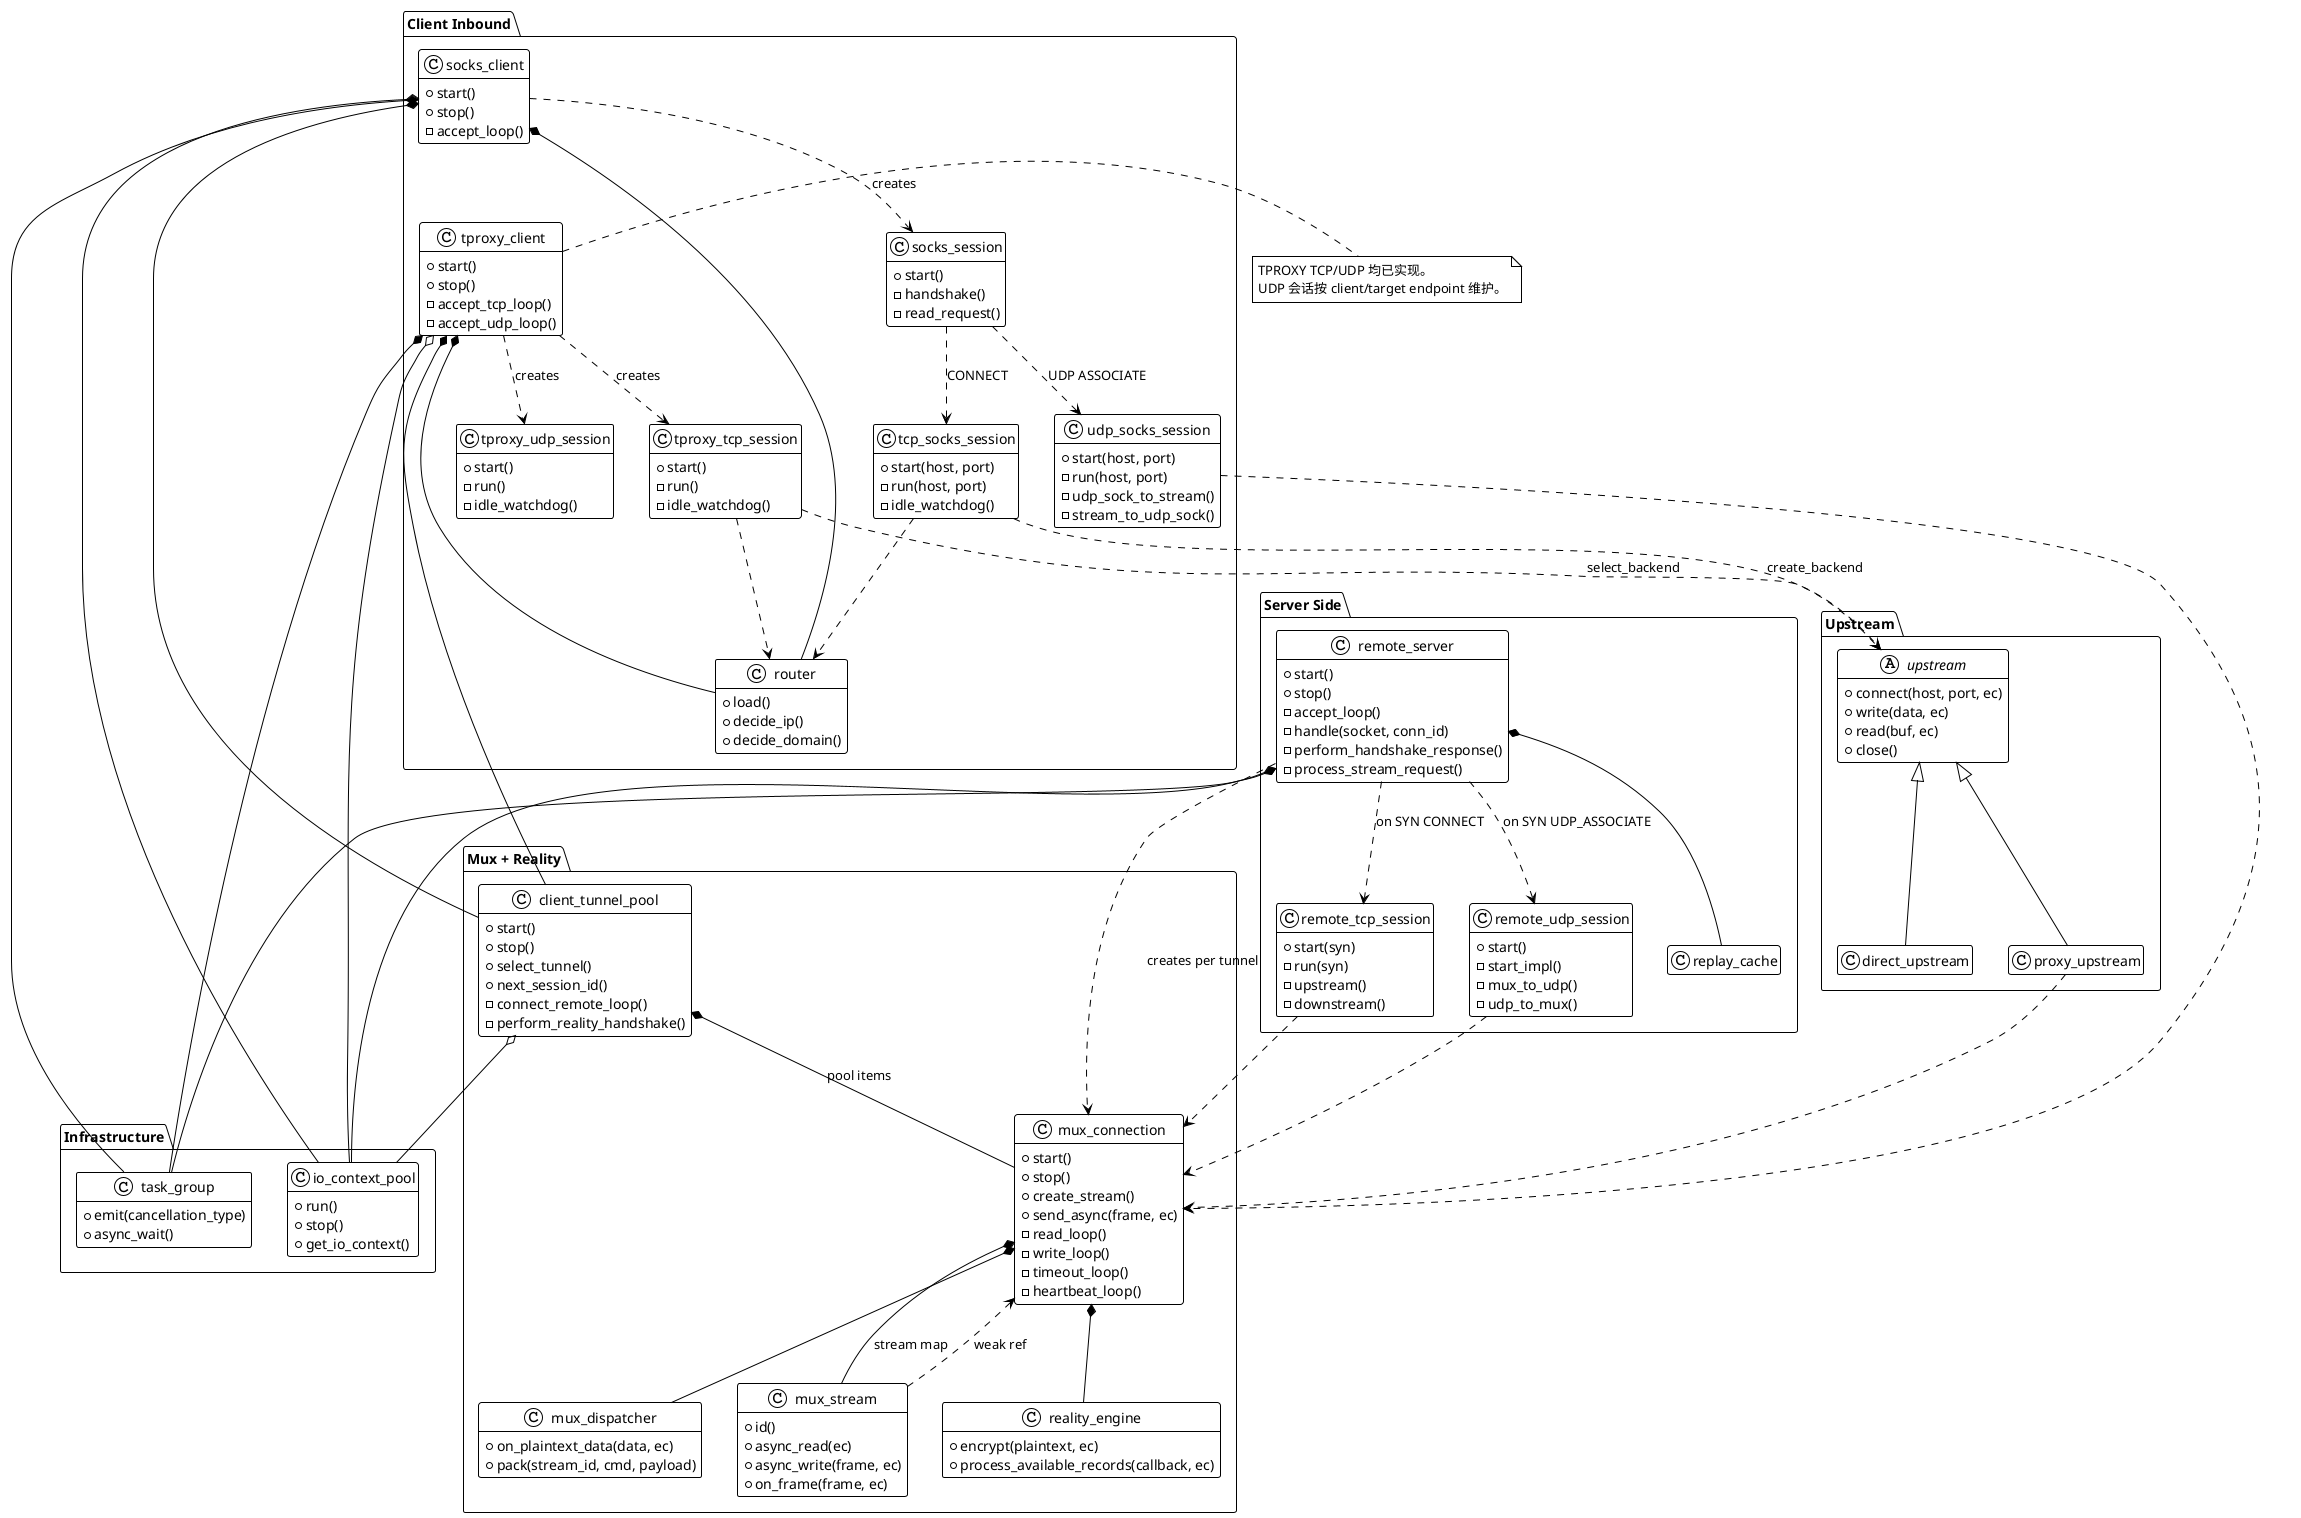
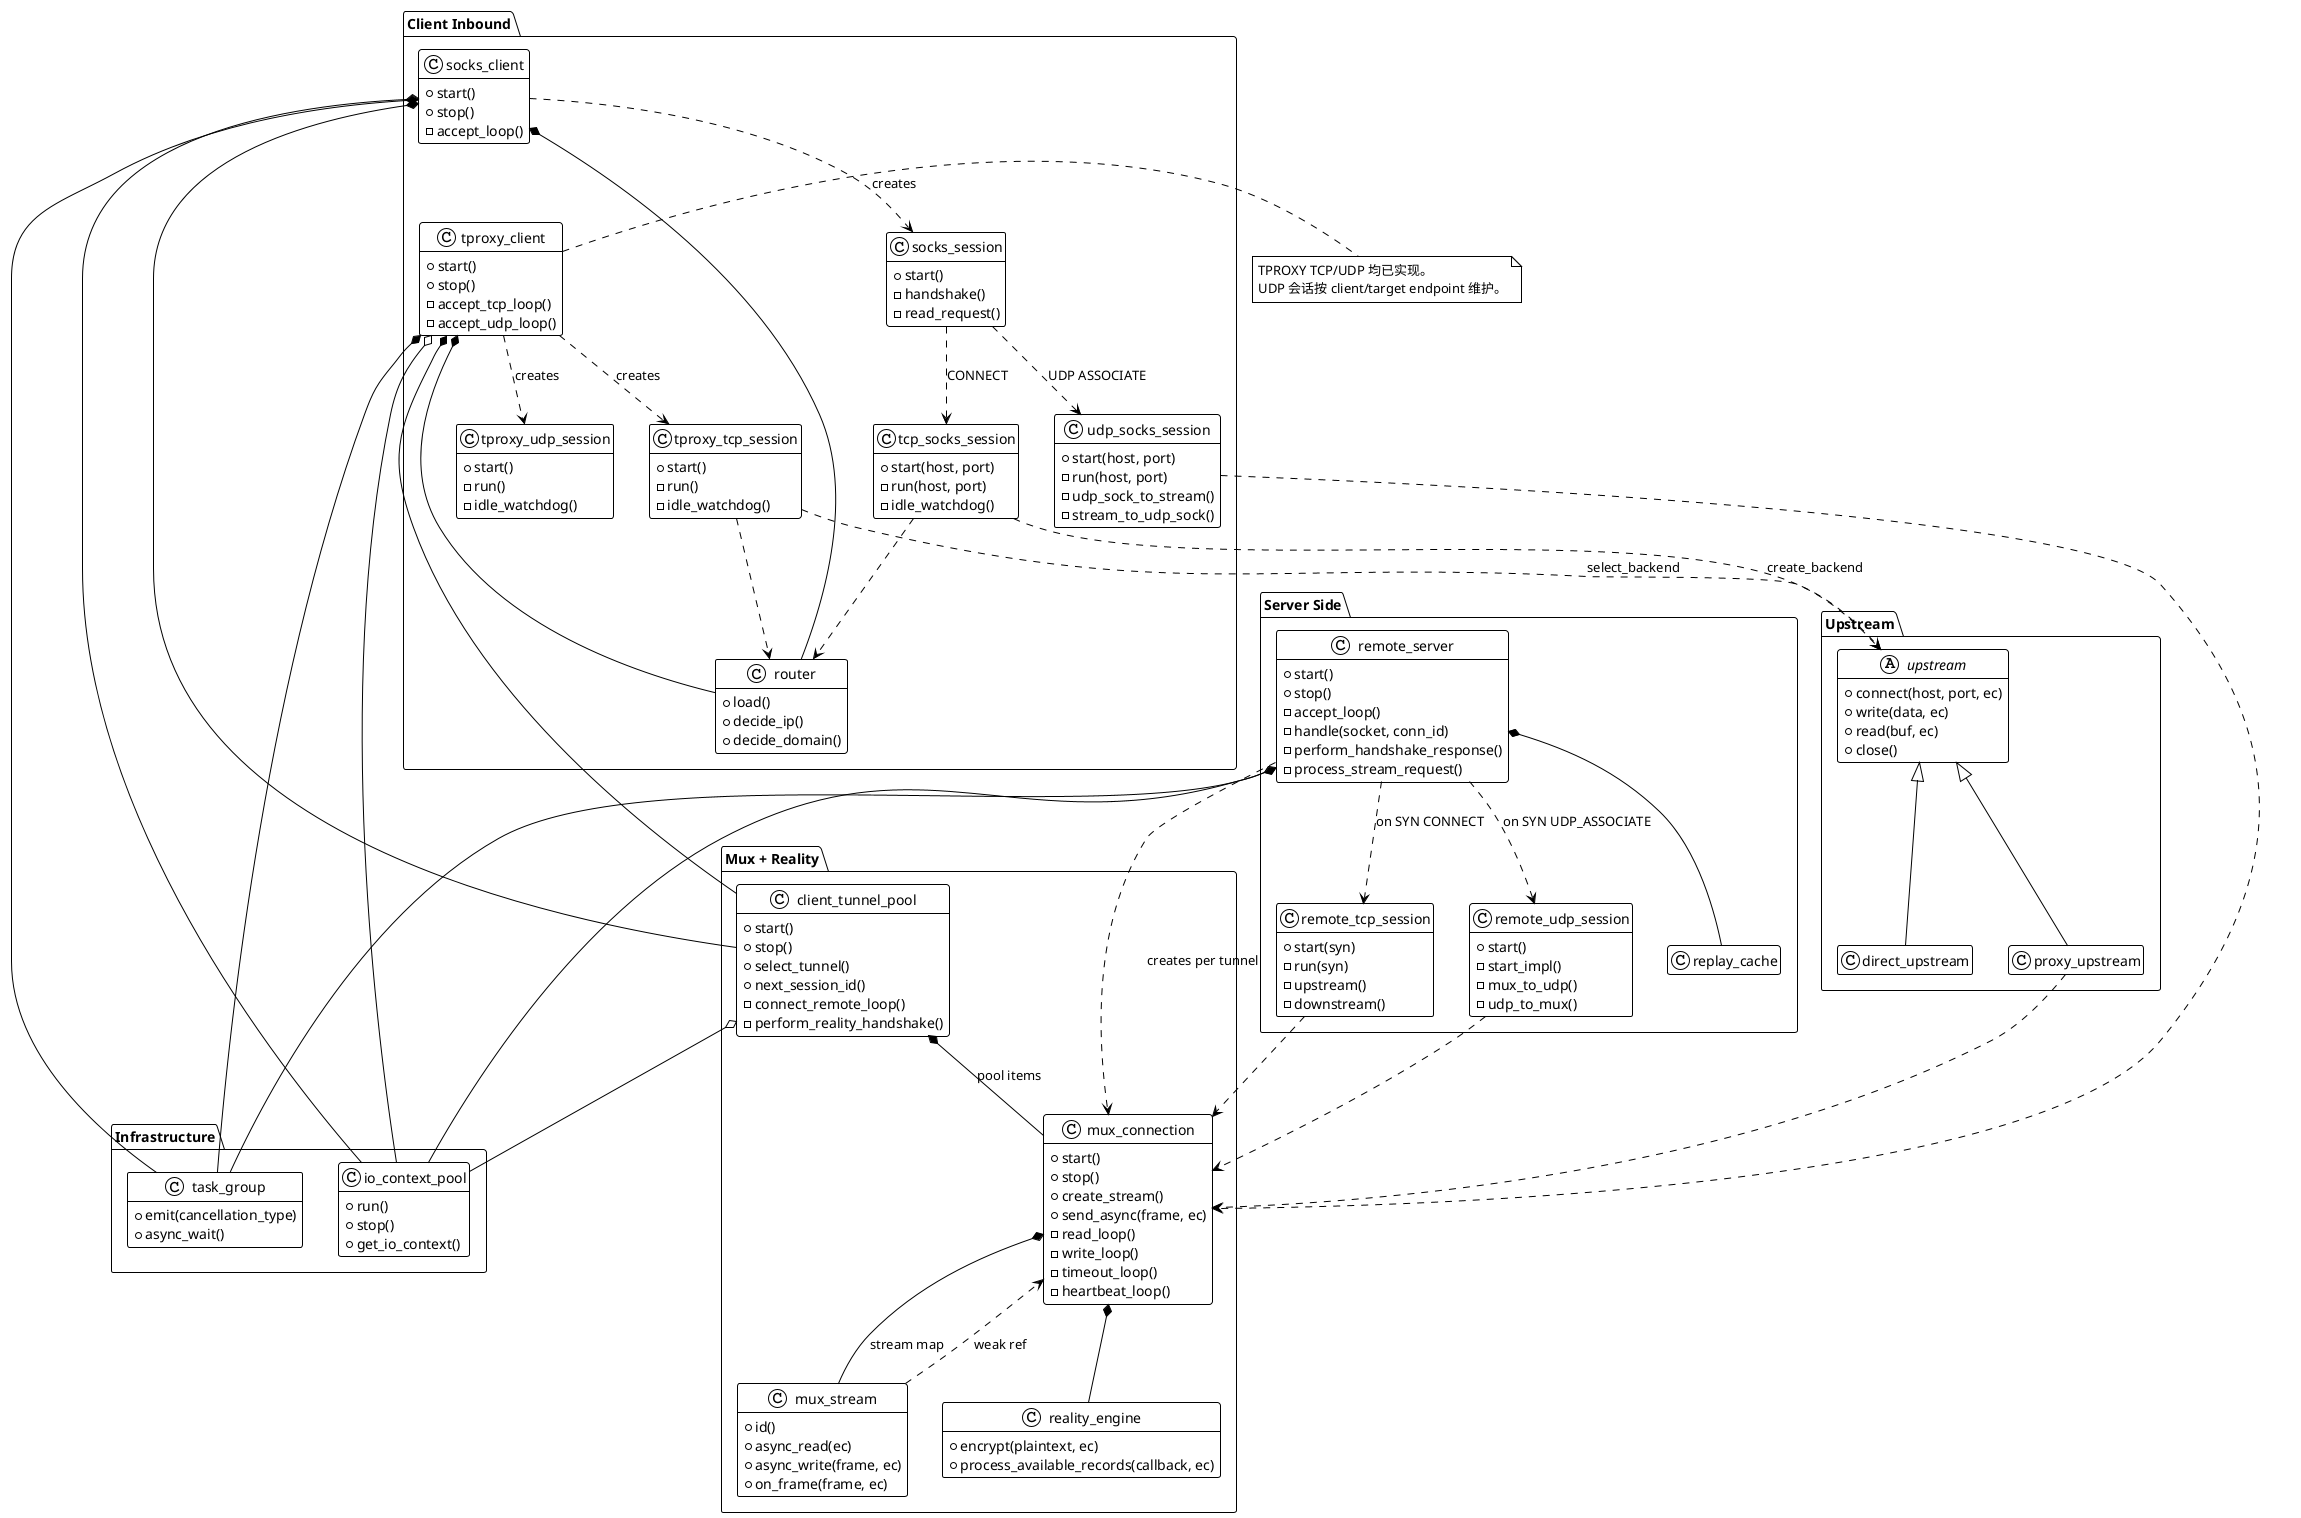
@startuml
!theme plain
hide empty members

package "Infrastructure" {
    class io_context_pool {
        + run()
        + stop()
        + get_io_context()
    }

    class task_group {
        + emit(cancellation_type)
        + async_wait()
    }

}

package "Client Inbound" {
    class socks_client {
        + start()
        + stop()
        - accept_loop()
    }

    class socks_session {
        + start()
        - handshake()
        - read_request()
    }

    class tcp_socks_session {
        + start(host, port)
        - run(host, port)
        - idle_watchdog()
    }

    class udp_socks_session {
        + start(host, port)
        - run(host, port)
        - udp_sock_to_stream()
        - stream_to_udp_sock()
    }

    class tproxy_client {
        + start()
        + stop()
        - accept_tcp_loop()
        - accept_udp_loop()
    }

    class tproxy_tcp_session {
        + start()
        - run()
        - idle_watchdog()
    }

    class tproxy_udp_session {
        + start()
        - run()
        - idle_watchdog()
    }

    class router {
        + load()
        + decide_ip()
        + decide_domain()
    }
}

package "Upstream" {
    abstract class upstream {
        + connect(host, port, ec)
        + write(data, ec)
        + read(buf, ec)
        + close()
    }

    class direct_upstream
    class proxy_upstream
}

package "Mux + Reality" {
    class client_tunnel_pool {
        + start()
        + stop()
        + select_tunnel()
        + next_session_id()
        - connect_remote_loop()
        - perform_reality_handshake()
    }

    class mux_connection {
        + start()
        + stop()
        + create_stream()
        + send_async(frame, ec)
        - read_loop()
        - write_loop()
        - timeout_loop()
        - heartbeat_loop()
    }

    class mux_stream {
        + id()
        + async_read(ec)
        + async_write(frame, ec)
        + on_frame(frame, ec)
    }

-     class mux_dispatcher {
-         + on_plaintext_data(data, ec)
-         + pack(stream_id, cmd, payload)
-     }
- 
    class reality_engine {
        + encrypt(plaintext, ec)
        + process_available_records(callback, ec)
    }
}

package "Server Side" {
    class remote_server {
        + start()
        + stop()
        - accept_loop()
        - handle(socket, conn_id)
        - perform_handshake_response()
        - process_stream_request()
    }

    class remote_tcp_session {
        + start(syn)
        - run(syn)
        - upstream()
        - downstream()
    }

    class remote_udp_session {
        + start()
        - start_impl()
        - mux_to_udp()
        - udp_to_mux()
    }

    class replay_cache
}

' Client relations
socks_client o-- io_context_pool
socks_client *-- task_group
socks_client *-- router
socks_client *-- client_tunnel_pool
socks_client ..> socks_session : creates

socks_session ..> tcp_socks_session : CONNECT
socks_session ..> udp_socks_session : UDP ASSOCIATE

tcp_socks_session ..> router
tcp_socks_session ..> upstream : create_backend
udp_socks_session ..> mux_connection

upstream <|-- direct_upstream
upstream <|-- proxy_upstream
proxy_upstream ..> mux_connection

tproxy_client o-- io_context_pool
tproxy_client *-- task_group
tproxy_client *-- router
tproxy_client *-- client_tunnel_pool
tproxy_client ..> tproxy_tcp_session : creates
tproxy_client ..> tproxy_udp_session : creates

tproxy_tcp_session ..> router
tproxy_tcp_session ..> upstream : select_backend

client_tunnel_pool o-- io_context_pool
client_tunnel_pool *-- mux_connection : pool items
- mux_connection *-- mux_dispatcher
mux_connection *-- reality_engine
mux_connection *-- mux_stream : stream map
mux_stream ..> mux_connection : weak ref

' Server relations
remote_server o-- io_context_pool
remote_server *-- task_group
remote_server *-- replay_cache
remote_server ..> mux_connection : creates per tunnel
remote_server ..> remote_tcp_session : on SYN CONNECT
remote_server ..> remote_udp_session : on SYN UDP_ASSOCIATE

remote_tcp_session ..> mux_connection
remote_udp_session ..> mux_connection

note right of tproxy_client
  TPROXY TCP/UDP 均已实现。
  UDP 会话按 client/target endpoint 维护。
end note

@enduml
